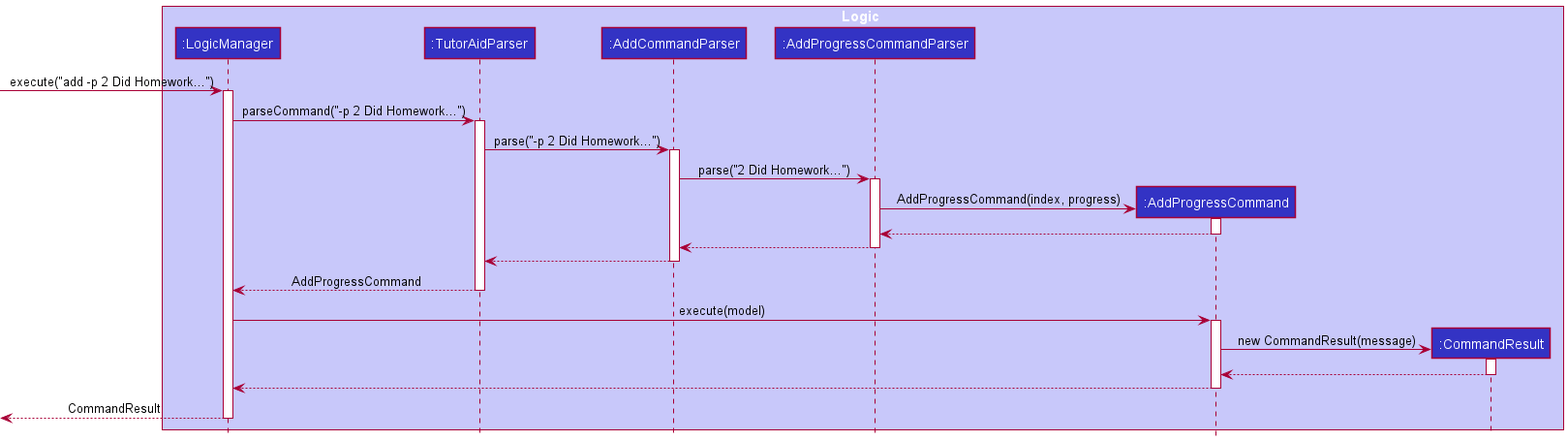
Before: docs/images/AddProgressSequenceDiagram.png, a diagram exported from PlantUML (nus-cs2103-AY2122S1/tp). Its diagram source:
```plantuml
@startuml
!include style.puml

box Logic LOGIC_COLOR_T1
participant ":LogicManager" as LogicManager LOGIC_COLOR
participant ":TutorAidParser" as TutorAidParser LOGIC_COLOR
participant ":AddCommandParser" as AddCommandParser LOGIC_COLOR
participant ":AddProgressCommandParser" as AddProgressCommandParser LOGIC_COLOR
participant ":AddProgressCommand" as AddProgressCommand LOGIC_COLOR
participant ":CommandResult" as CommandResult LOGIC_COLOR
end box

[-> LogicManager : execute("add -p 2 Did Homework...")
activate LogicManager

LogicManager -> TutorAidParser : parseCommand("-p 2 Did Homework...")
activate TutorAidParser

TutorAidParser -> AddCommandParser : parse("-p 2 Did Homework...")
activate AddCommandParser

AddCommandParser -> AddProgressCommandParser : parse("2 Did Homework...")
activate AddProgressCommandParser

create AddProgressCommand
AddProgressCommandParser -> AddProgressCommand : AddProgressCommand(index, progress)
activate AddProgressCommand
AddProgressCommandParser <-- AddProgressCommand
deactivate AddProgressCommand
AddCommandParser <-- AddProgressCommandParser
deactivate AddProgressCommandParser
TutorAidParser <-- AddCommandParser
deactivate AddCommandParser
LogicManager <-- TutorAidParser : AddProgressCommand
deactivate TutorAidParser
LogicManager -> AddProgressCommand : execute(model)
activate AddProgressCommand

create CommandResult
AddProgressCommand -> CommandResult : new CommandResult(message)
activate CommandResult
AddProgressCommand <-- CommandResult
deactivate CommandResult
LogicManager <-- AddProgressCommand
deactivate AddProgressCommand
<-- LogicManager : CommandResult
deactivate LogicManager
@enduml
```
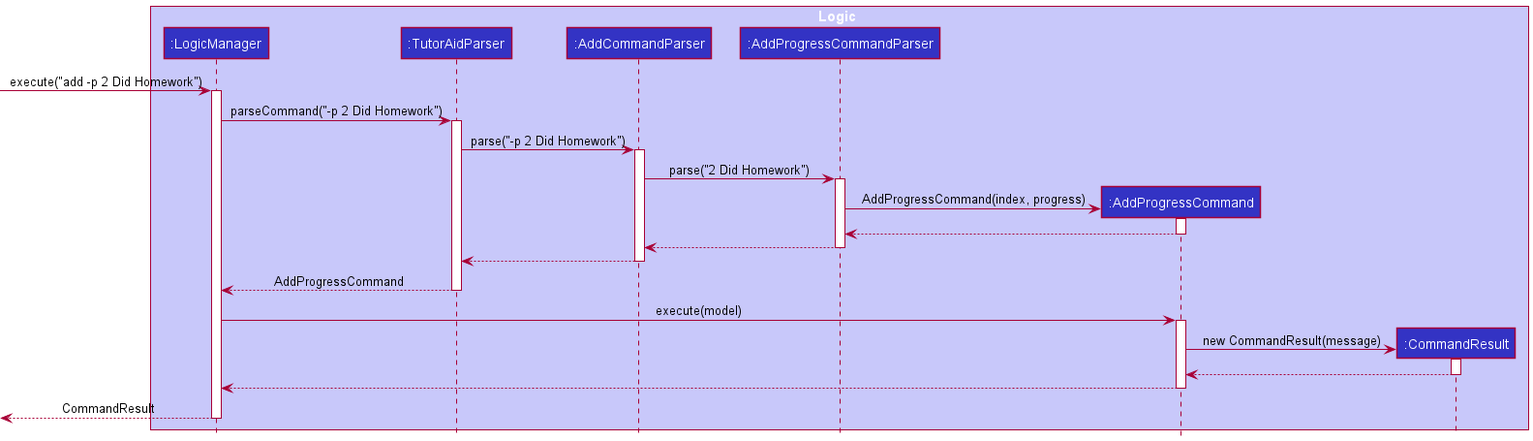
Later version of the same file.

Change to the diagram source:
```diff
@@ -10,16 +10,16 @@
 participant ":CommandResult" as CommandResult LOGIC_COLOR
 end box
 
-[-> LogicManager : execute("add -p 2 Did Homework...")
+[-> LogicManager : execute("add -p 2 Did Homework")
 activate LogicManager
 
-LogicManager -> TutorAidParser : parseCommand("-p 2 Did Homework...")
+LogicManager -> TutorAidParser : parseCommand("-p 2 Did Homework")
 activate TutorAidParser
 
-TutorAidParser -> AddCommandParser : parse("-p 2 Did Homework...")
+TutorAidParser -> AddCommandParser : parse("-p 2 Did Homework")
 activate AddCommandParser
 
-AddCommandParser -> AddProgressCommandParser : parse("2 Did Homework...")
+AddCommandParser -> AddProgressCommandParser : parse("2 Did Homework")
 activate AddProgressCommandParser
 
 create AddProgressCommand
```
